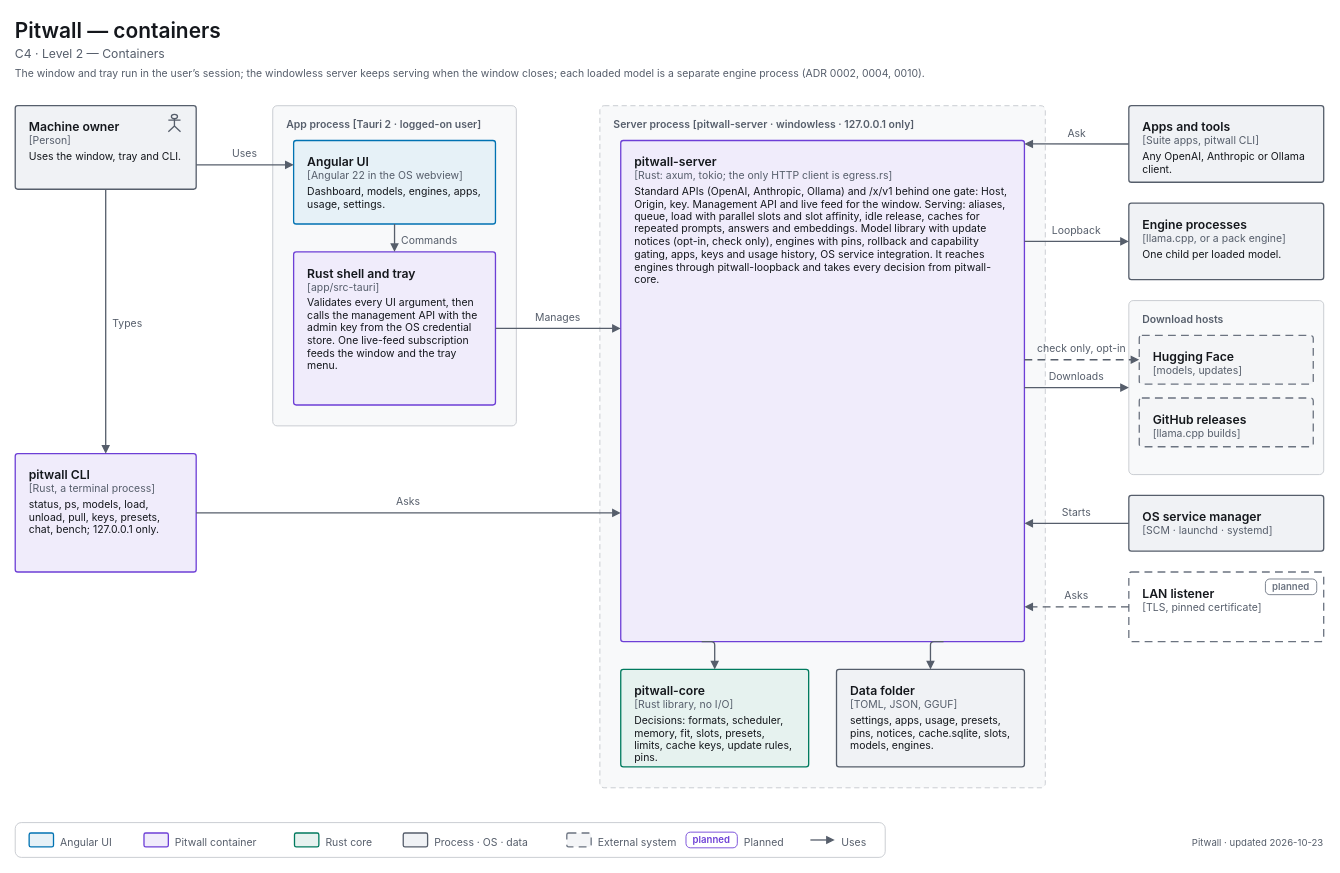
decryp7/paddock keeps this draw.io diagram as apps/pitwall/docs/diagrams/c4-2-containers.drawio. Above is the earlier version. Source tidied: cells renumbered, new cells numbered last; positions are measured from the earlier drawing's top-left corner, leaving out a move shared by most shapes. Both pictures are drawn from the tidied source at 87%, with x=0, y=0 at pixel (15, 15).
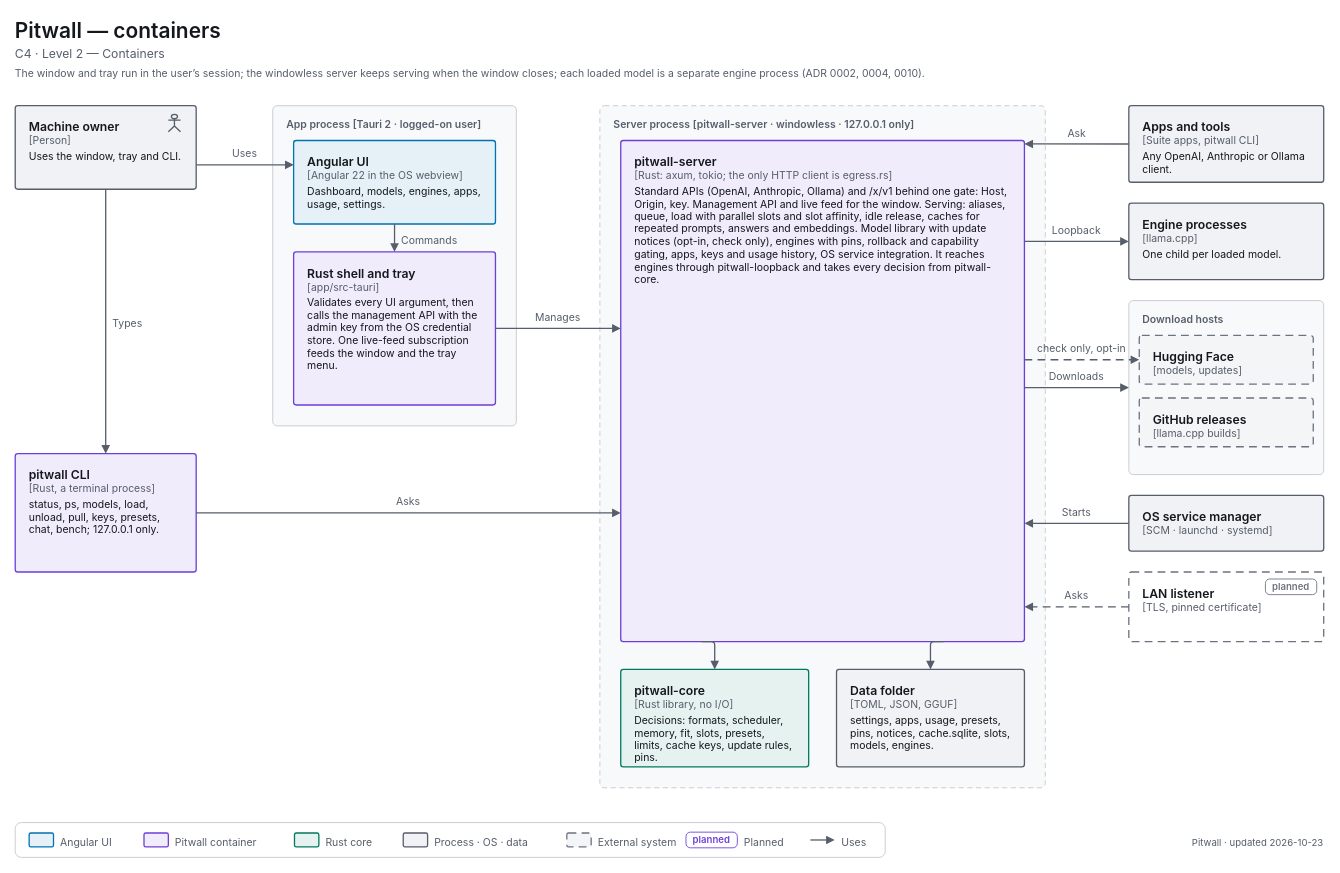
Above is the later version.

What changed in the source:
```diff
@@
-    <mxCell id="6" value="&lt;span style=&quot;font-size:14px;font-weight:600&quot;&gt;Engine processes&lt;/span&gt;&lt;br&gt;&lt;span style=&quot;font-size:12px;color:light-dark(#565E6B,#A0A7B2)&quot;&gt;[llama.cpp, or a pack engine]&lt;/span&gt;&lt;br&gt;&lt;div style=&quot;margin-top:4px;font-size:12px&quot;&gt;One child per loaded model.&lt;/div&gt;" style="html=1;whiteSpace=wrap;fontFamily=-apple-system,BlinkMacSystemFont,Segoe UI,system-ui,sans-serif;fontSize=12;fontColor=light-dark(#14171C,#ECEEF1);rounded=1;absoluteArcSize=1;arcSize=6;strokeWidth=1.5;strokeColor=light-dark(#565E6B,#A0A7B2);fillColor=light-dark(#F0F2F5,#1B1E23);align=left;verticalAlign=top;spacingLeft=14;spacingRight=14;spacingTop=10;spacingBottom=8;" parent="1" vertex="1">
+    <mxCell id="6" value="&lt;span style=&quot;font-size:14px;font-weight:600&quot;&gt;Engine processes&lt;/span&gt;&lt;br&gt;&lt;span style=&quot;font-size:12px;color:light-dark(#565E6B,#A0A7B2)&quot;&gt;[llama.cpp]&lt;/span&gt;&lt;br&gt;&lt;div style=&quot;margin-top:4px;font-size:12px&quot;&gt;One child per loaded model.&lt;/div&gt;" style="html=1;whiteSpace=wrap;fontFamily=-apple-system,BlinkMacSystemFont,Segoe UI,system-ui,sans-serif;fontSize=12;fontColor=light-dark(#14171C,#ECEEF1);rounded=1;absoluteArcSize=1;arcSize=6;strokeWidth=1.5;strokeColor=light-dark(#565E6B,#A0A7B2);fillColor=light-dark(#F0F2F5,#1B1E23);align=left;verticalAlign=top;spacingLeft=14;spacingRight=14;spacingTop=10;spacingBottom=8;" parent="1" vertex="1">
       <mxGeometry x="1280" y="216" width="224" height="88" as="geometry" />
     </mxCell>
```
